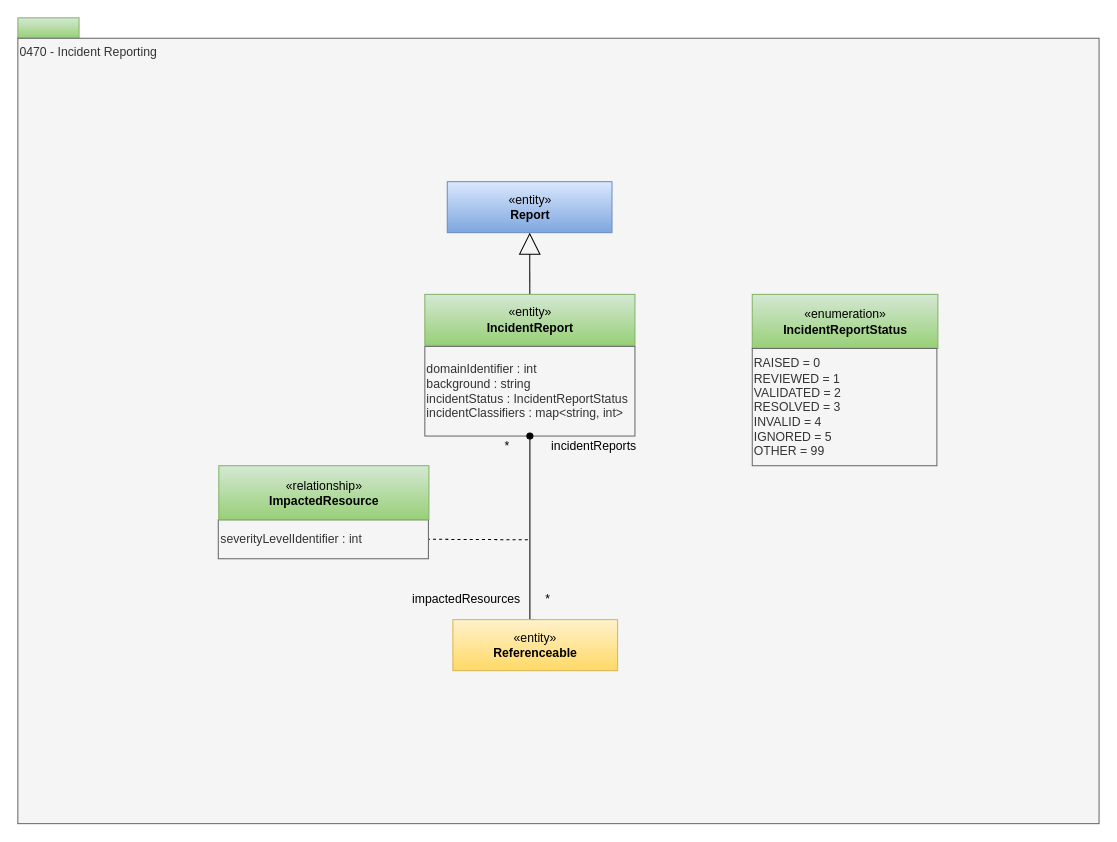
This is page "0470-Incident-Reporting" (26 of 30) of site/docs/types/4/area-4-governance.drawio from odpi/egeria-docs, a draw.io file, before an edit. Source tidied: cells renumbered, new cells numbered last; positions are measured from the earlier drawing's top-left corner, leaving out a move shared by most shapes. Both pictures are drawn from the tidied source at 102%, with x=0, y=0 at pixel (17, 17).
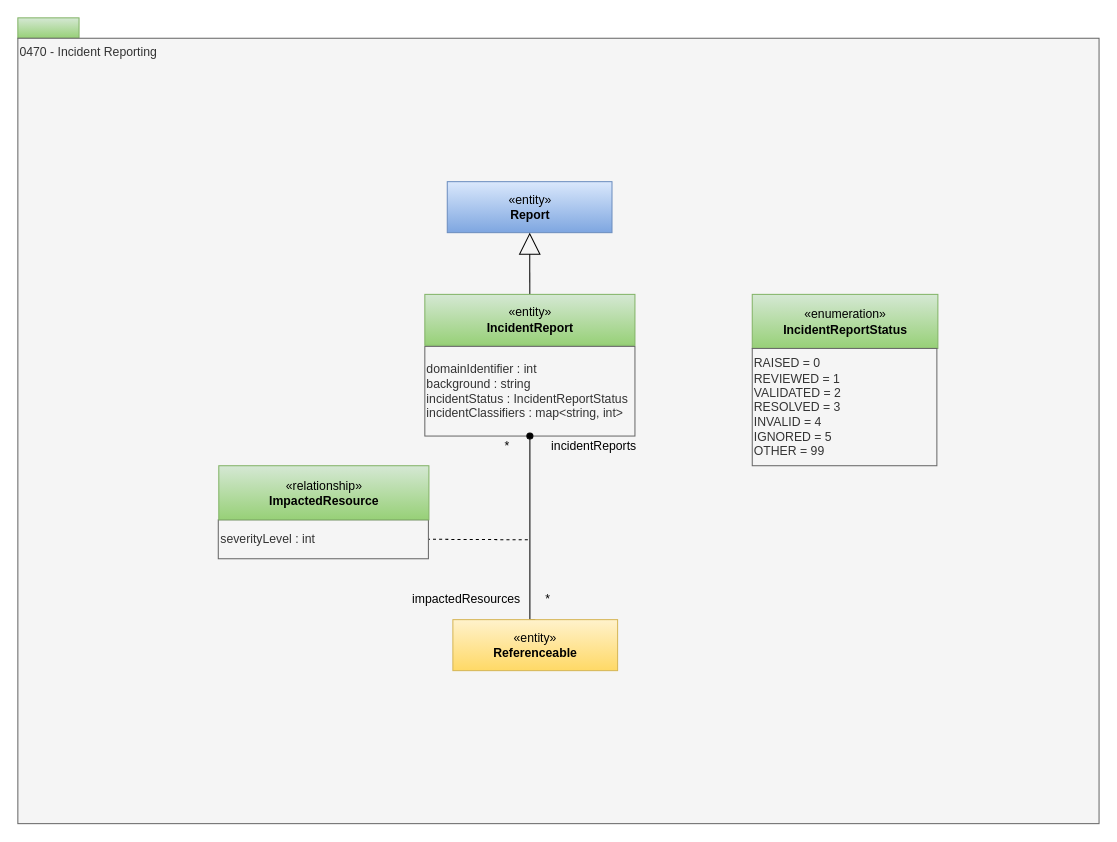
Above is the later version.

The edit, as a diff of the source:
```diff
@@
-    <mxCell id="8" value="severityLevelIdentifier : int" style="rounded=0;whiteSpace=wrap;html=1;strokeColor=#666666;align=left;fillColor=#f5f5f5;fontColor=#333333;" parent="1" vertex="1">
+    <mxCell id="8" value="severityLevel : int" style="rounded=0;whiteSpace=wrap;html=1;strokeColor=#666666;align=left;fillColor=#f5f5f5;fontColor=#333333;" parent="1" vertex="1">
       <mxGeometry x="196.5" y="492.1" width="206" height="38.2" as="geometry" />
     </mxCell>
```
